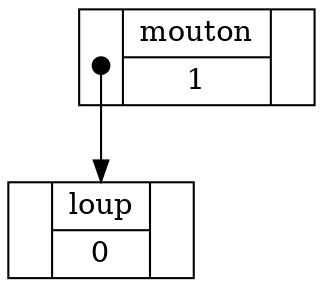
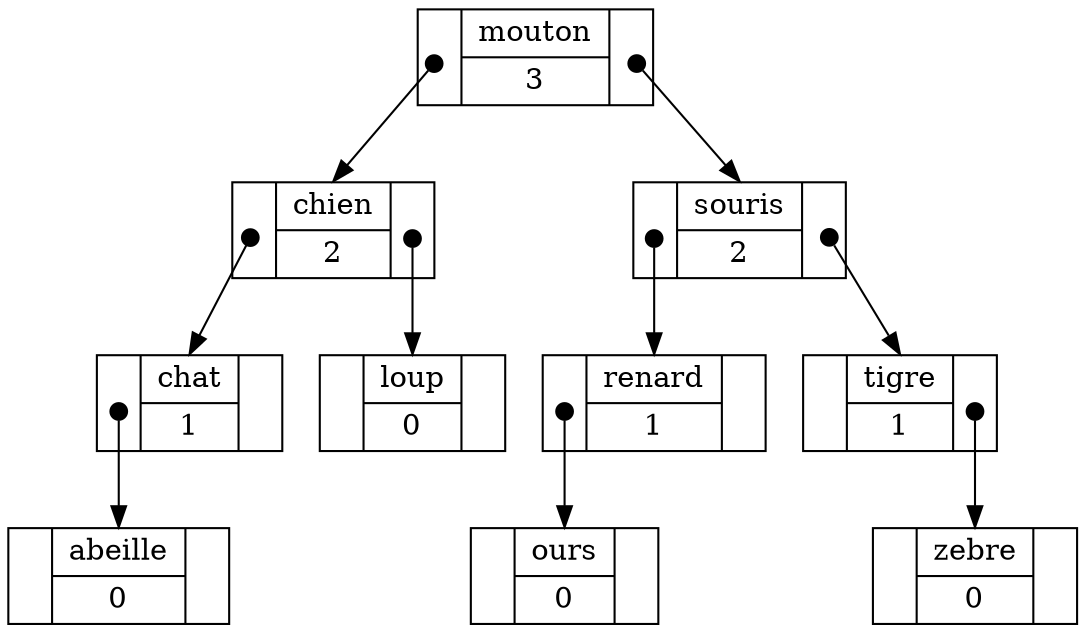
digraph tree {
  splines=false
  node [shape=record,height=.1]
  edge [tailclip=false, arrowtail=dot, dir=both];

-   n648786246 [label="<left> |{ <key> mouton|1 }| <right>"];
-   n648786246:left:c -> n1902671237:key;
-   n1902671237 [label="<left> |{ <key> loup|0 }| <right>"];
+   n1808432653 [label="<left> |{ <key> mouton|3 }| <right>"];
+   n1808432653:left:c -> n680988889:key;
+   n680988889 [label="<left> |{ <key> chien|2 }| <right>"];
+   n680988889:left:c -> n1077873186:key;
+   n1077873186 [label="<left> |{ <key> chat|1 }| <right>"];
+   n1077873186:left:c -> n1771421544:key;
+   n1771421544 [label="<left> |{ <key> abeille|0 }| <right>"];
+   n680988889:right:c -> n1346292516:key;
+   n1346292516 [label="<left> |{ <key> loup|0 }| <right>"];
+   n1808432653:right:c -> n1280429864:key;
+   n1280429864 [label="<left> |{ <key> souris|2 }| <right>"];
+   n1280429864:left:c -> n896072146:key;
+   n896072146 [label="<left> |{ <key> renard|1 }| <right>"];
+   n896072146:left:c -> n1908571880:key;
+   n1908571880 [label="<left> |{ <key> ours|0 }| <right>"];
+   n1280429864:right:c -> n2005028997:key;
+   n2005028997 [label="<left> |{ <key> tigre|1 }| <right>"];
+   n2005028997:right:c -> n1363396194:key;
+   n1363396194 [label="<left> |{ <key> zebre|0 }| <right>"];

}
